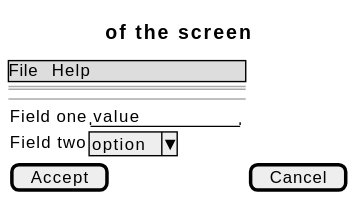
Above: docs/01-requirements/use-cases/expireEnrolments/wireframes.svg in didactika/kampus (PlantUML), before the change. Source of this version:
```plantuml
@startsalt
{
  {* File | Help }
  ==
  Title of the screen
  --
  {
    Field one | "value        "
    Field two | ^option^
  }
  [ Accept ] | [ Cancel ]
}
@endsalt
```
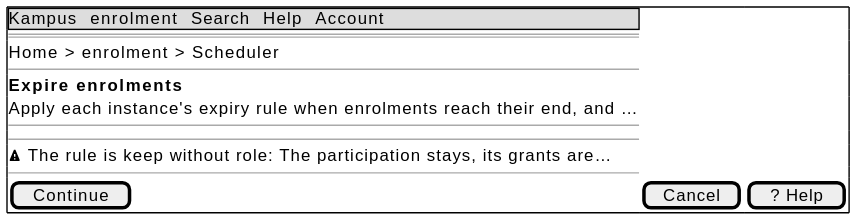
Later version of the same file.

What changed in the source:
```diff
@@ -1,13 +1,17 @@
 @startsalt
-{
-  {* File | Help }
+{+
+  {* Kampus | enrolment | Search | Help | Account }
   ==
-  Title of the screen
+  Home > enrolment > Scheduler
+  --
+  <b>Expire enrolments
+  Apply each instance's expiry rule when enrolments reach their end, and …
   --
   {
-    Field one | "value        "
-    Field two | ^option^
   }
-  [ Accept ] | [ Cancel ]
+  --
+  <&warning> The rule is keep without role: The participation stays, its grants are…
+  --
+  [ Continue ] | [ Cancel ] | [ ? Help ]
 }
 @endsalt
```
